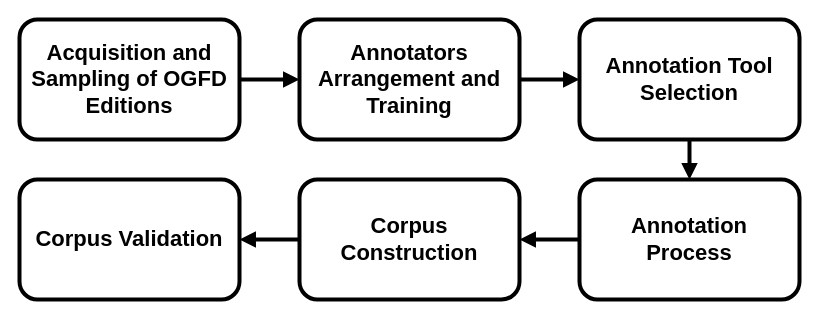
This is annotation_pipeline.drawio from viniciusrpb/drawio_flowcharts, a draw.io file, before an edit. Source tidied: cells renumbered, new cells numbered last; positions are measured from the earlier drawing's top-left corner, leaving out a move shared by most shapes. Both pictures are drawn from the tidied source at 100%, with x=0, y=0 at pixel (19, 19).
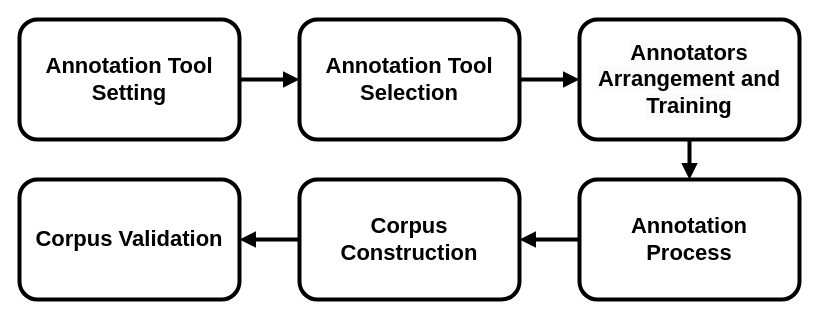
The same diagram, later.

Change to the diagram source:
```diff
@@
 <mxGraphModel>
   <root>
     <mxCell id="0" />
     <mxCell id="1" parent="0" />
     <mxCell id="2" style="edgeStyle=orthogonalEdgeStyle;rounded=0;jettySize=auto;html=1;entryX=0;entryY=0.5;entryDx=0;entryDy=0;strokeWidth=4;endArrow=block;endFill=1;" parent="1" edge="1" source="3" target="5">
       <mxGeometry relative="1" as="geometry" />
     </mxCell>
-    <mxCell id="3" value="Acquisition and Sampling of OGFD&lt;br style=&quot;border-color: var(--border-color);&quot;&gt;Editions" style="rounded=1;whiteSpace=wrap;html=1;strokeWidth=4;fontSize=22;fontStyle=1;" parent="1" vertex="1">
+    <mxCell id="3" value="Annotation Tool&lt;br&gt;Setting" style="rounded=1;whiteSpace=wrap;html=1;strokeWidth=4;fontSize=22;fontStyle=1;" parent="1" vertex="1">
       <mxGeometry width="220" height="120" as="geometry" />
     </mxCell>
     <mxCell id="4" style="edgeStyle=orthogonalEdgeStyle;rounded=0;jettySize=auto;html=1;strokeWidth=4;endArrow=block;endFill=1;" parent="1" edge="1" source="5" target="11">
       <mxGeometry relative="1" as="geometry" />
     </mxCell>
-    <mxCell id="5" value="Annotators&lt;br style=&quot;font-size: 22px;&quot;&gt;Arrangement and Training" style="rounded=1;whiteSpace=wrap;html=1;strokeWidth=4;fontSize=22;fontStyle=1;" parent="1" vertex="1">
+    <mxCell id="5" value="Annotation Tool Selection" style="rounded=1;whiteSpace=wrap;html=1;strokeWidth=4;fontSize=22;fontStyle=1;" parent="1" vertex="1">
       <mxGeometry x="280" width="220" height="120" as="geometry" />
     </mxCell>
     <mxCell id="6" style="edgeStyle=orthogonalEdgeStyle;rounded=0;jettySize=auto;html=1;entryX=0.5;entryY=0;entryDx=0;entryDy=0;strokeWidth=4;endArrow=block;endFill=1;exitX=0.5;exitY=1;exitDx=0;exitDy=0;" parent="1" edge="1" source="11">
       <mxGeometry relative="1" as="geometry">
         <mxPoint x="670" y="160" as="targetPoint" />
       </mxGeometry>
     </mxCell>
     <mxCell id="7" style="edgeStyle=orthogonalEdgeStyle;rounded=0;jettySize=auto;html=1;entryX=1;entryY=0.5;entryDx=0;entryDy=0;strokeWidth=4;endArrow=block;endFill=1;exitX=0;exitY=0.5;exitDx=0;exitDy=0;" parent="1" edge="1" source="12" target="10">
       <mxGeometry relative="1" as="geometry" />
     </mxCell>
     <mxCell id="8" style="edgeStyle=orthogonalEdgeStyle;rounded=0;jettySize=auto;html=1;entryX=1;entryY=0.5;entryDx=0;entryDy=0;strokeWidth=4;endArrow=block;endFill=1;" parent="1" edge="1" source="9" target="12">
       <mxGeometry relative="1" as="geometry" />
     </mxCell>
     <mxCell id="9" value="Annotation&lt;br style=&quot;font-size: 22px;&quot;&gt;Process" style="rounded=1;whiteSpace=wrap;html=1;strokeWidth=4;fontSize=22;fontStyle=1;" parent="1" vertex="1">
       <mxGeometry x="560" y="160" width="220" height="120" as="geometry" />
     </mxCell>
     <mxCell id="10" value="Corpus Validation" style="rounded=1;whiteSpace=wrap;html=1;strokeWidth=4;fontSize=22;fontStyle=1;" parent="1" vertex="1">
       <mxGeometry y="160" width="220" height="120" as="geometry" />
     </mxCell>
-    <mxCell id="11" value="Annotation Tool Selection" style="rounded=1;whiteSpace=wrap;html=1;strokeWidth=4;fontSize=22;fontStyle=1;" parent="1" vertex="1">
+    <mxCell id="11" value="&lt;span style=&quot;color: rgb(0, 0, 0); font-family: Helvetica; font-size: 22px; font-style: normal; font-variant-ligatures: normal; font-variant-caps: normal; font-weight: 700; letter-spacing: normal; orphans: 2; text-align: center; text-indent: 0px; text-transform: none; widows: 2; word-spacing: 0px; -webkit-text-stroke-width: 0px; background-color: rgb(251, 251, 251); text-decoration-thickness: initial; text-decoration-style: initial; text-decoration-color: initial; float: none; display: inline !important;&quot;&gt;Annotators&lt;/span&gt;&lt;br style=&quot;border-color: var(--border-color); color: rgb(0, 0, 0); font-family: Helvetica; font-size: 22px; font-style: normal; font-variant-ligatures: normal; font-variant-caps: normal; font-weight: 700; letter-spacing: normal; orphans: 2; text-align: center; text-indent: 0px; text-transform: none; widows: 2; word-spacing: 0px; -webkit-text-stroke-width: 0px; background-color: rgb(251, 251, 251); text-decoration-thickness: initial; text-decoration-style: initial; text-decoration-color: initial;&quot;&gt;&lt;span style=&quot;color: rgb(0, 0, 0); font-family: Helvetica; font-size: 22px; font-style: normal; font-variant-ligatures: normal; font-variant-caps: normal; font-weight: 700; letter-spacing: normal; orphans: 2; text-align: center; text-indent: 0px; text-transform: none; widows: 2; word-spacing: 0px; -webkit-text-stroke-width: 0px; background-color: rgb(251, 251, 251); text-decoration-thickness: initial; text-decoration-style: initial; text-decoration-color: initial; float: none; display: inline !important;&quot;&gt;Arrangement and Training&lt;/span&gt;" style="rounded=1;whiteSpace=wrap;html=1;strokeWidth=4;fontSize=22;fontStyle=1;" parent="1" vertex="1">
       <mxGeometry x="560" width="220" height="120" as="geometry" />
     </mxCell>
     <mxCell id="12" value="Corpus Construction" style="rounded=1;whiteSpace=wrap;html=1;strokeWidth=4;fontSize=22;fontStyle=1;" parent="1" vertex="1">
       <mxGeometry x="280" y="160" width="220" height="120" as="geometry" />
     </mxCell>
   </root>
 </mxGraphModel>
```
